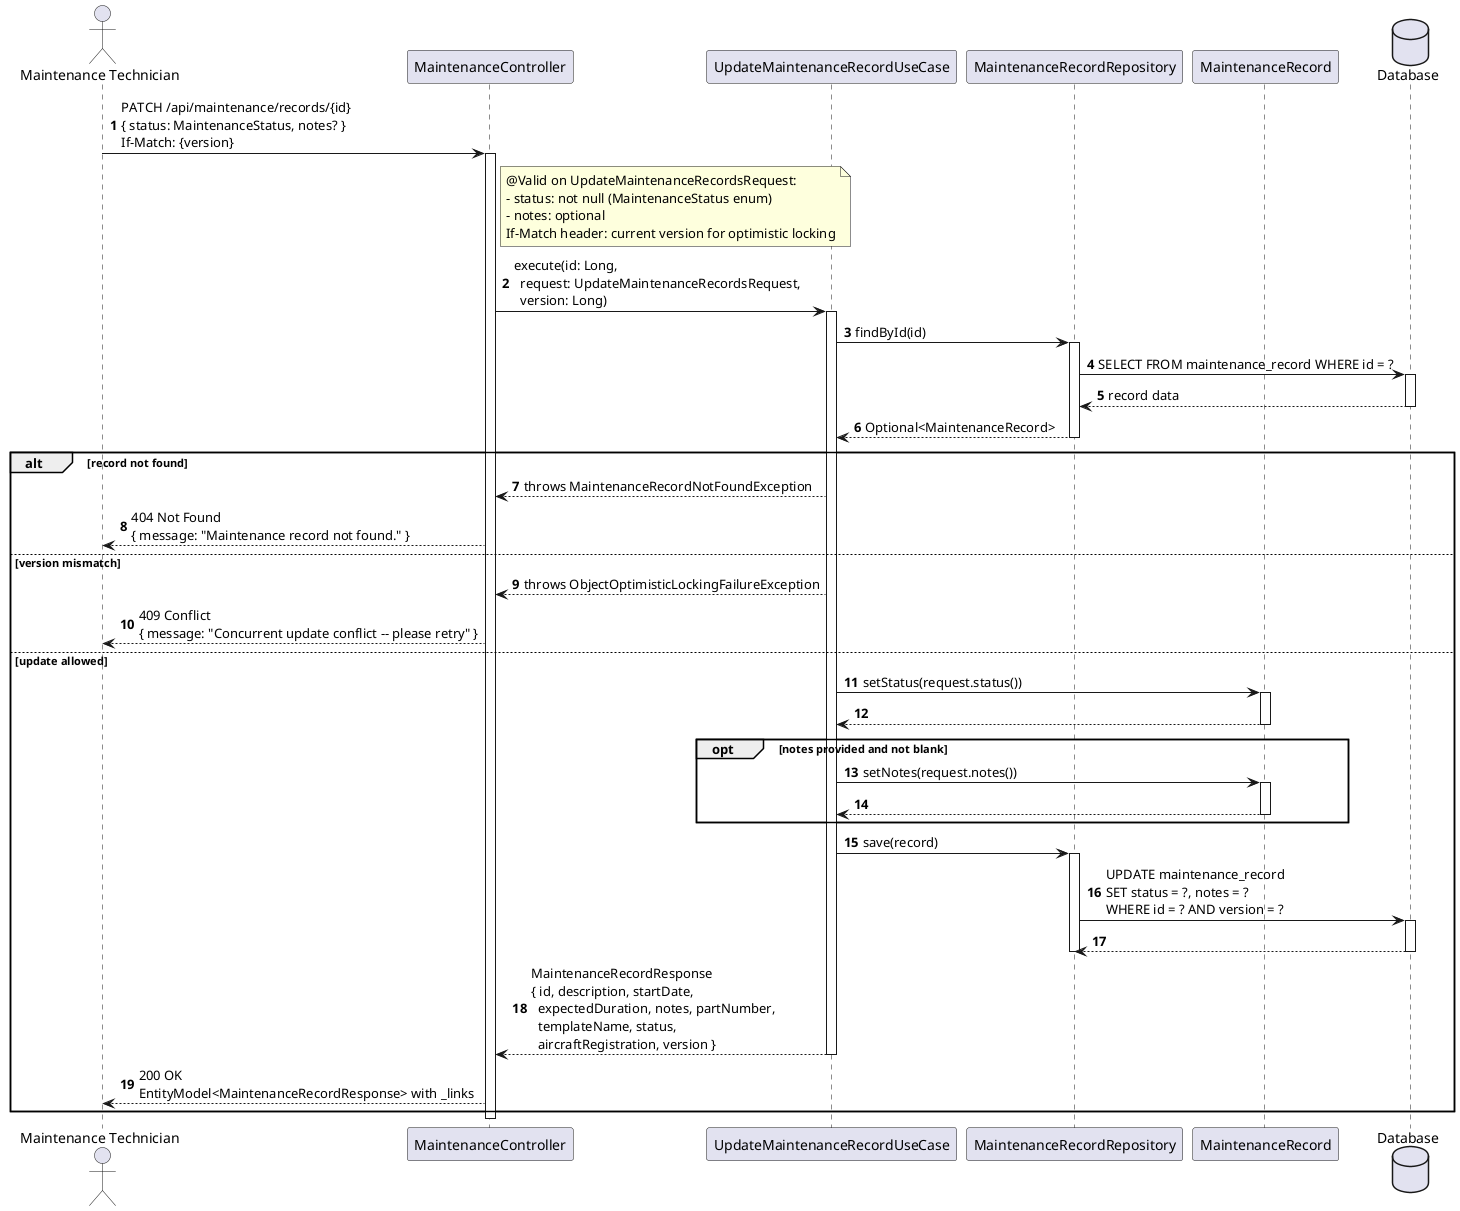
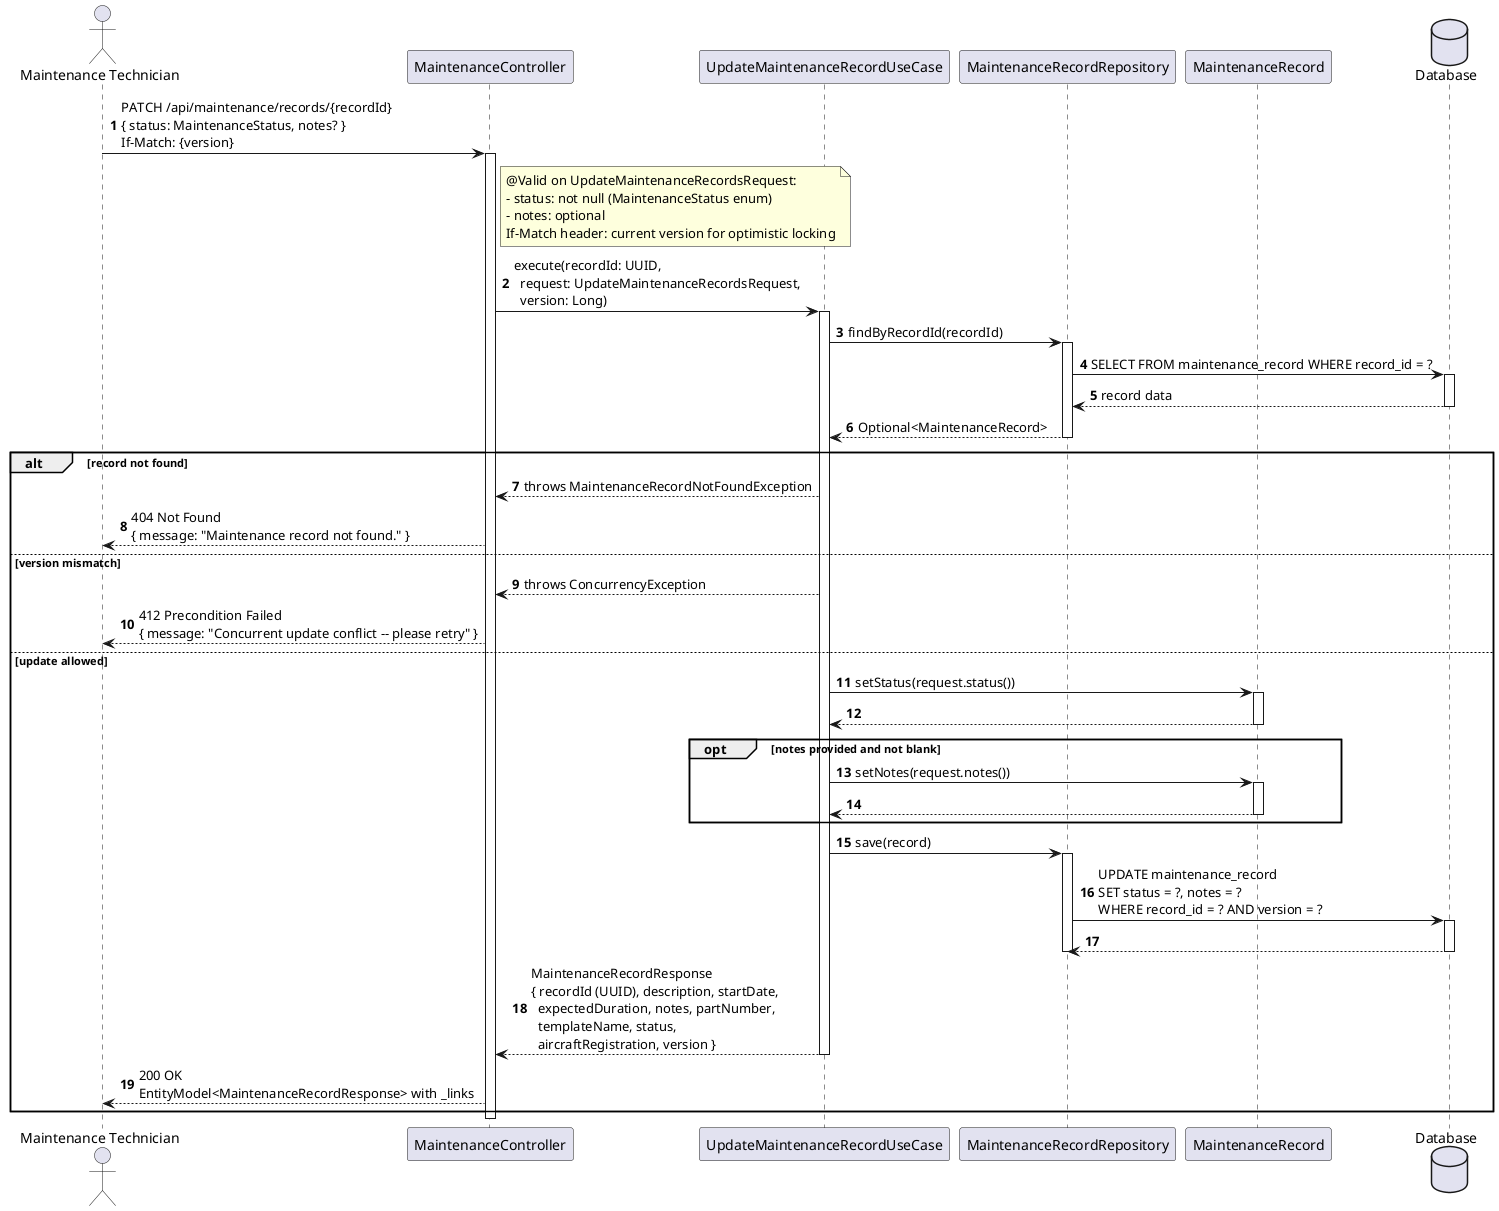
@startuml
autonumber
actor "Maintenance Technician" as MT
participant "MaintenanceController" as Ctrl
participant "UpdateMaintenanceRecordUseCase" as UC
participant "MaintenanceRecordRepository" as Repo
participant "MaintenanceRecord" as Entity
database "Database" as DB

- MT -> Ctrl : PATCH /api/maintenance/records/{id}\n{ status: MaintenanceStatus, notes? }\nIf-Match: {version}
+ MT -> Ctrl : PATCH /api/maintenance/records/{recordId}\n{ status: MaintenanceStatus, notes? }\nIf-Match: {version}
activate Ctrl

note right of Ctrl
  @Valid on UpdateMaintenanceRecordsRequest:
  - status: not null (MaintenanceStatus enum)
  - notes: optional
  If-Match header: current version for optimistic locking
end note

- Ctrl -> UC : execute(id: Long,\n  request: UpdateMaintenanceRecordsRequest,\n  version: Long)
+ Ctrl -> UC : execute(recordId: UUID,\n  request: UpdateMaintenanceRecordsRequest,\n  version: Long)
activate UC

- UC -> Repo : findById(id)
+ UC -> Repo : findByRecordId(recordId)
activate Repo
- Repo -> DB : SELECT FROM maintenance_record WHERE id = ?
+ Repo -> DB : SELECT FROM maintenance_record WHERE record_id = ?
activate DB
DB --> Repo : record data
deactivate DB
Repo --> UC : Optional<MaintenanceRecord>
deactivate Repo

alt record not found
  UC --> Ctrl : throws MaintenanceRecordNotFoundException
  Ctrl --> MT : 404 Not Found\n{ message: "Maintenance record not found." }
else version mismatch
-   UC --> Ctrl : throws ObjectOptimisticLockingFailureException
-   Ctrl --> MT : 409 Conflict\n{ message: "Concurrent update conflict -- please retry" }
+   UC --> Ctrl : throws ConcurrencyException
+   Ctrl --> MT : 412 Precondition Failed\n{ message: "Concurrent update conflict -- please retry" }
else update allowed
  UC -> Entity : setStatus(request.status())
  activate Entity
  Entity --> UC
  deactivate Entity

  opt notes provided and not blank
    UC -> Entity : setNotes(request.notes())
    activate Entity
    Entity --> UC
    deactivate Entity
  end

  UC -> Repo : save(record)
  activate Repo
-   Repo -> DB : UPDATE maintenance_record\nSET status = ?, notes = ?\nWHERE id = ? AND version = ?
+   Repo -> DB : UPDATE maintenance_record\nSET status = ?, notes = ?\nWHERE record_id = ? AND version = ?
  activate DB
  DB --> Repo
  deactivate DB
  deactivate Repo

-   UC --> Ctrl : MaintenanceRecordResponse\n{ id, description, startDate,\n  expectedDuration, notes, partNumber,\n  templateName, status,\n  aircraftRegistration, version }
+   UC --> Ctrl : MaintenanceRecordResponse\n{ recordId (UUID), description, startDate,\n  expectedDuration, notes, partNumber,\n  templateName, status,\n  aircraftRegistration, version }
  deactivate UC
  Ctrl --> MT : 200 OK\nEntityModel<MaintenanceRecordResponse> with _links
end

deactivate Ctrl
@enduml
